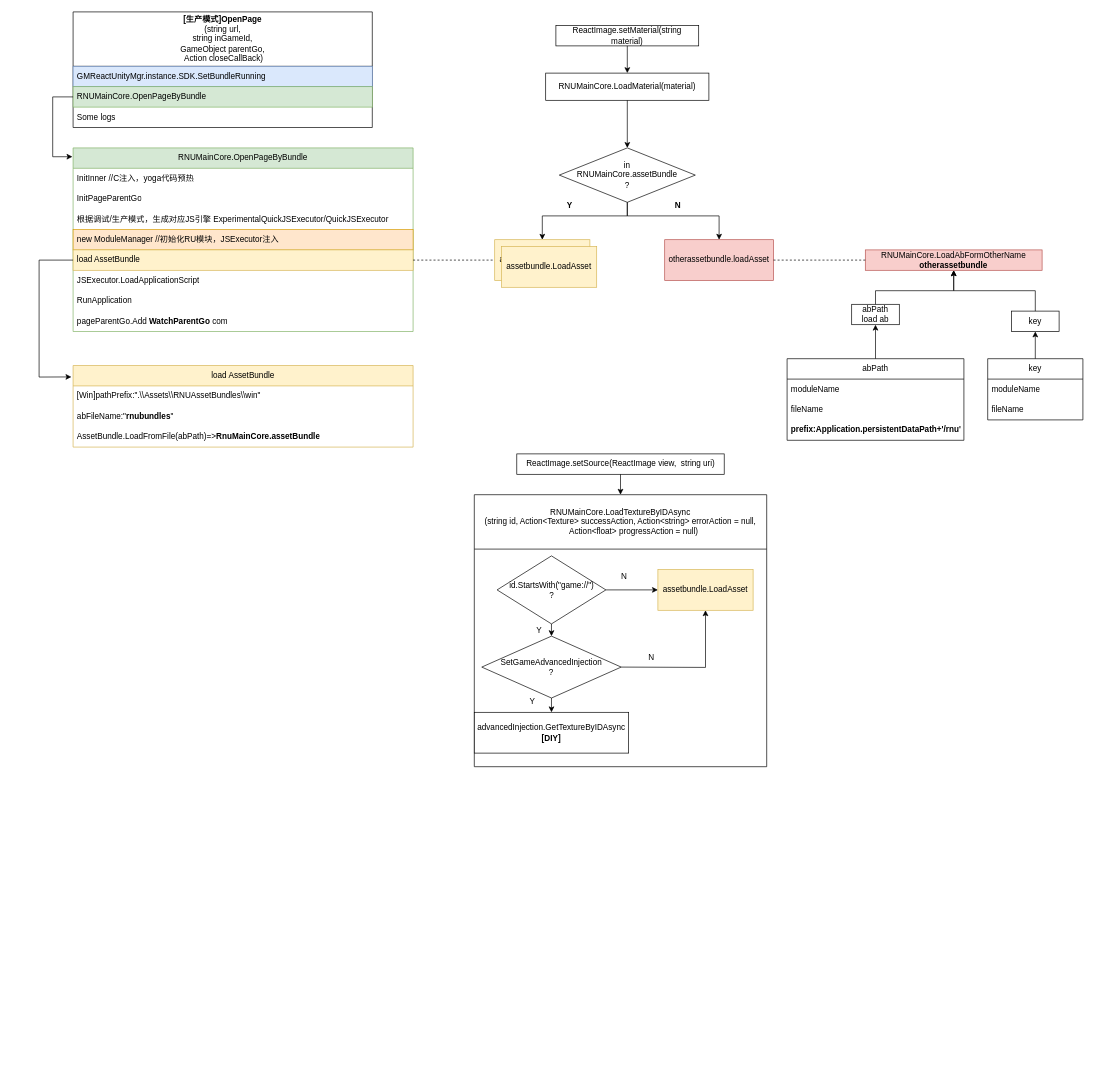
Before: ReactUnity.drawio in Owlcean/drawiorecord, a draw.io diagram. Source tidied: cells renumbered, new cells numbered last; positions are measured from the earlier drawing's top-left corner, leaving out a move shared by most shapes. Both pictures are drawn from the tidied source at 68%, with x=0, y=0 at pixel (39, 12).
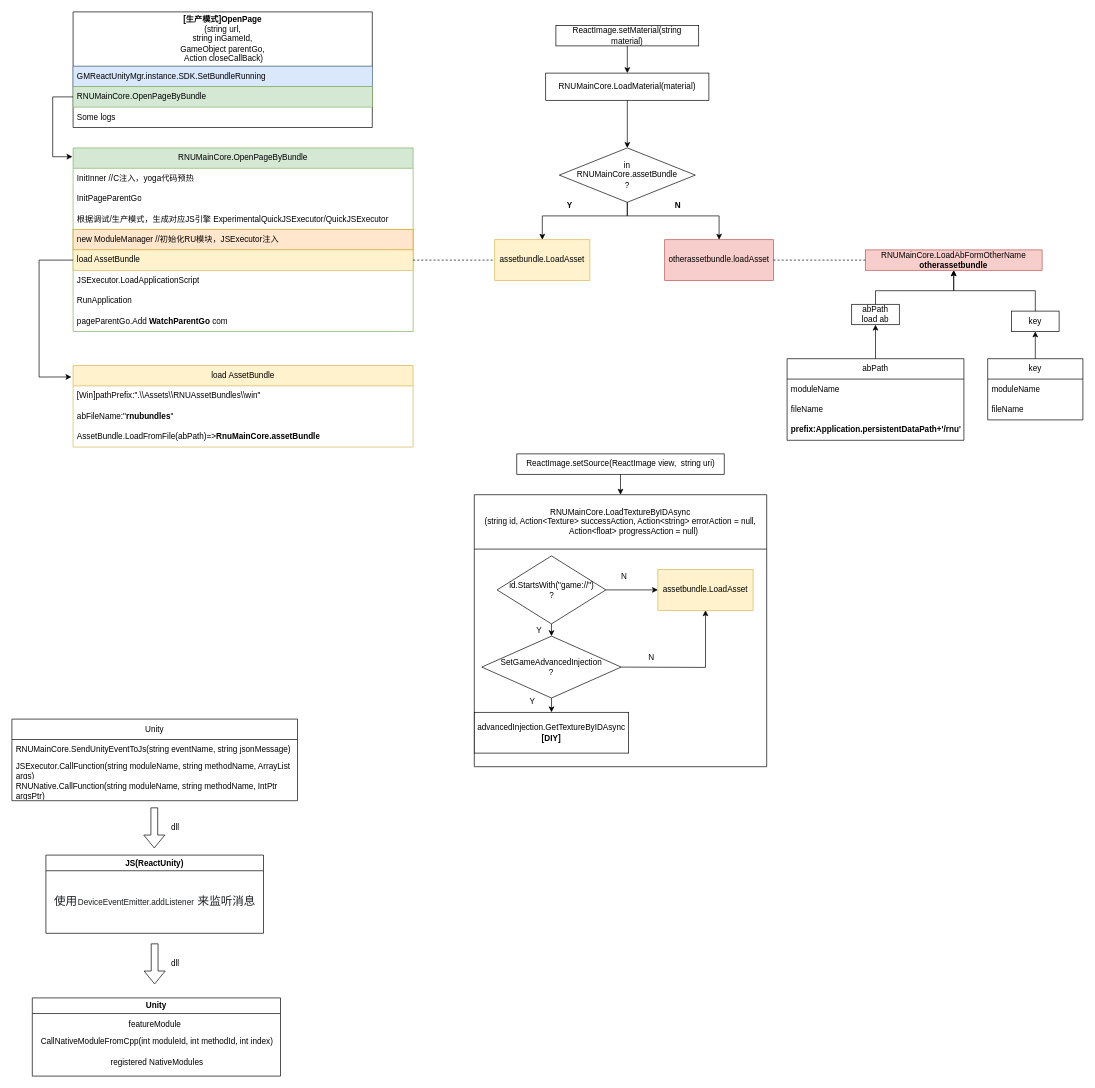
After the change.

What changed in the source:
```diff
@@
-    <mxCell id="60" value="assetbundle.LoadAsset" style="rounded=0;whiteSpace=wrap;html=1;fillColor=#fff2cc;strokeColor=#d6b656;" parent="1" vertex="1">
-      <mxGeometry x="680" y="345" width="140" height="60" as="geometry" />
-    </mxCell>
@@
+    <mxCell id="64" value="Unity" style="swimlane;fontStyle=0;horizontal=1;startSize=30;whiteSpace=wrap;html=1;" parent="1" vertex="1">
+      <mxGeometry x="-40" y="1040" width="420" height="120" as="geometry" />
+    </mxCell>
+    <mxCell id="65" value="RNUMainCore.SendUnityEventToJs(string eventName, string jsonMessage)" style="text;strokeColor=none;fillColor=none;align=left;verticalAlign=middle;spacingLeft=4;spacingRight=4;overflow=hidden;whiteSpace=wrap;html=1;" parent="64" vertex="1">
+      <mxGeometry y="30" width="420" height="30" as="geometry" />
+    </mxCell>
+    <mxCell id="66" value="JSExecutor.CallFunction(string moduleName, string methodName, ArrayList args)" style="text;strokeColor=none;fillColor=none;align=left;verticalAlign=middle;spacingLeft=4;spacingRight=4;overflow=hidden;whiteSpace=wrap;html=1;" parent="64" vertex="1">
+      <mxGeometry y="60" width="420" height="30" as="geometry" />
+    </mxCell>
+    <mxCell id="67" value="RNUNative.CallFunction(string moduleName, string methodName, IntPtr argsPtr)" style="text;strokeColor=none;fillColor=none;align=left;verticalAlign=middle;spacingLeft=4;spacingRight=4;overflow=hidden;whiteSpace=wrap;html=1;" parent="64" vertex="1">
+      <mxGeometry y="90" width="420" height="30" as="geometry" />
+    </mxCell>
+    <mxCell id="68" style="shape=flexArrow;endArrow=classic;html=1;rounded=0;" parent="1" edge="1">
+      <mxGeometry relative="1" as="geometry">
+        <mxPoint x="169.4" y="1170" as="sourcePoint" />
+        <mxPoint x="169.4" y="1230" as="targetPoint" />
+      </mxGeometry>
+    </mxCell>
+    <mxCell id="69" value="JS(ReactUnity)" style="swimlane;whiteSpace=wrap;html=1;" parent="1" vertex="1">
+      <mxGeometry x="10" y="1240" width="320" height="115" as="geometry" />
+    </mxCell>
+    <mxCell id="70" value="&lt;span style=&quot;color: rgb(28, 30, 33); font-family: &amp;quot;Optimistic Display&amp;quot;, system-ui, -apple-system, sans-serif; font-size: 17px; text-align: left;&quot;&gt;使用&lt;/span&gt;&lt;code style=&quot;box-sizing: border-box; vertical-align: initial; background-color: var(--ifm-code-background); border: 0.1rem solid rgba(0, 0, 0, 0); border-radius: var(--ifm-code-border-radius); font-family: var(--ifm-font-family-monospace); padding: var(--ifm-code-padding-vertical) var(--ifm-code-padding-horizontal); color: rgb(28, 30, 33); text-align: left; font-size: var(--ifm-code-font-size)  !important;&quot;&gt;DeviceEventEmitter.addListener&lt;/code&gt;&lt;span style=&quot;color: rgb(28, 30, 33); font-family: &amp;quot;Optimistic Display&amp;quot;, system-ui, -apple-system, sans-serif; font-size: 17px; text-align: left;&quot;&gt;&amp;nbsp;来监听消息&lt;/span&gt;" style="text;html=1;align=center;verticalAlign=middle;strokeColor=none;fillColor=none;" parent="69" vertex="1">
+      <mxGeometry y="52.5" width="320" height="30" as="geometry" />
+    </mxCell>
+    <mxCell id="71" style="shape=flexArrow;endArrow=classic;html=1;rounded=0;" parent="1" edge="1">
+      <mxGeometry relative="1" as="geometry">
+        <mxPoint x="169.9" y="1370" as="sourcePoint" />
+        <mxPoint x="169.9" y="1430" as="targetPoint" />
+      </mxGeometry>
+    </mxCell>
+    <mxCell id="72" value="Unity" style="swimlane;whiteSpace=wrap;html=1;" parent="1" vertex="1">
+      <mxGeometry x="-10" y="1450" width="365" height="115" as="geometry" />
+    </mxCell>
+    <mxCell id="73" value="registered NativeModules" style="text;html=1;align=center;verticalAlign=middle;strokeColor=none;fillColor=none;" parent="72" vertex="1">
+      <mxGeometry x="102.5" y="80" width="160" height="30" as="geometry" />
+    </mxCell>
+    <mxCell id="74" value="CallNativeModuleFromCpp(int moduleId, int methodId, int index)" style="text;html=1;align=center;verticalAlign=middle;strokeColor=none;fillColor=none;" parent="72" vertex="1">
+      <mxGeometry x="-2.5" y="50" width="370" height="30" as="geometry" />
+    </mxCell>
+    <mxCell id="75" value="featureModule" style="text;html=1;align=center;verticalAlign=middle;strokeColor=none;fillColor=none;" parent="1" vertex="1">
+      <mxGeometry x="120" y="1475" width="100" height="30" as="geometry" />
+    </mxCell>
+    <mxCell id="76" value="dll" style="text;html=1;align=center;verticalAlign=middle;strokeColor=none;fillColor=none;" parent="1" vertex="1">
+      <mxGeometry x="180" y="1185" width="40" height="30" as="geometry" />
+    </mxCell>
+    <mxCell id="77" value="dll" style="text;html=1;align=center;verticalAlign=middle;strokeColor=none;fillColor=none;" parent="1" vertex="1">
+      <mxGeometry x="180" y="1385" width="40" height="30" as="geometry" />
+    </mxCell>
```
